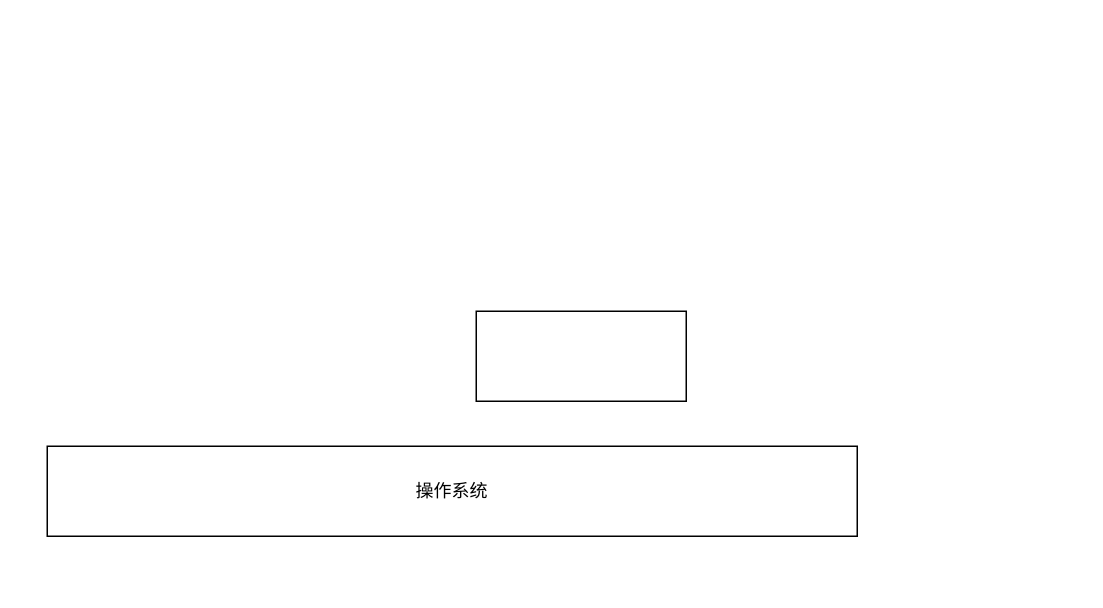
The draw.io diagram doc/architecture.drawio in phynos/qt-litesolar, before the edit. Source tidied: cells renumbered, new cells numbered last; positions are measured from the earlier drawing's top-left corner, leaving out a move shared by most shapes. Both pictures are drawn from the tidied source at 150%, with x=0, y=0 at pixel (46, 310).
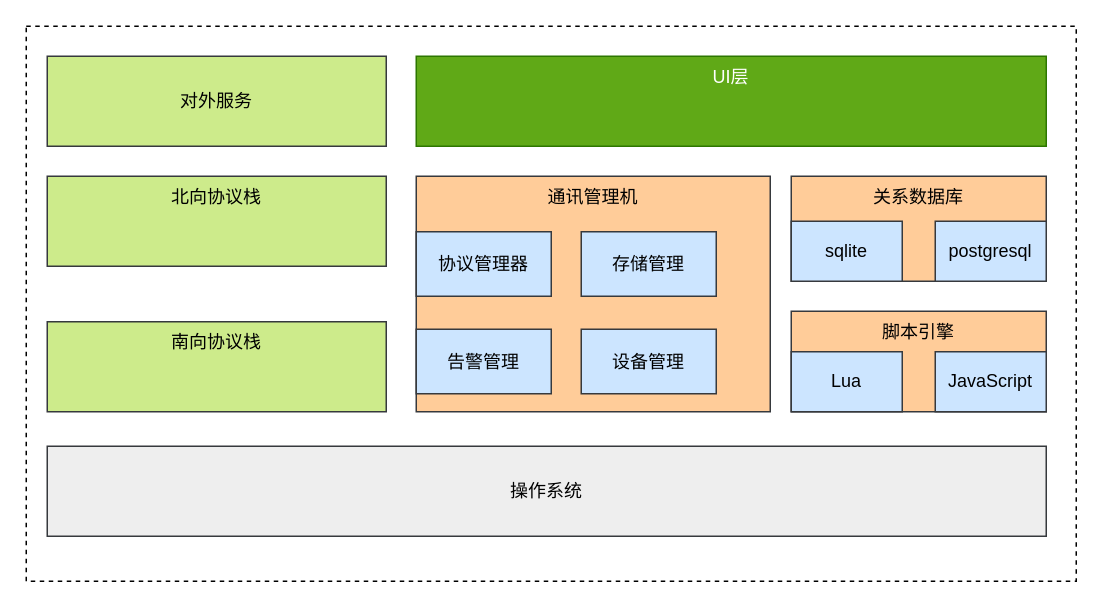
The same diagram, later.

Change to the diagram source:
```diff
@@
 <mxGraphModel>
   <root>
     <mxCell id="0" />
     <mxCell id="1" parent="0" />
+    <mxCell id="4" style="rounded=0;whiteSpace=wrap;html=1;dashed=1;" parent="1" vertex="1">
+      <mxGeometry x="-14" y="-190" width="700" height="370" as="geometry" />
+    </mxCell>
-    <mxCell id="2" value="操作系统" style="rounded=0;whiteSpace=wrap;html=1;" parent="1" vertex="1">
-      <mxGeometry y="90" width="540" height="60" as="geometry" />
+    <mxCell id="2" value="操作系统" style="rounded=0;whiteSpace=wrap;html=1;fillColor=#eeeeee;strokeColor=#36393d;" parent="1" vertex="1">
+      <mxGeometry y="90" width="666" height="60" as="geometry" />
     </mxCell>
-    <mxCell id="3" style="rounded=0;whiteSpace=wrap;html=1;" parent="1" vertex="1">
-      <mxGeometry x="286" width="140" height="60" as="geometry" />
+    <mxCell id="3" value="&lt;div&gt;&lt;span&gt;脚本引擎&lt;/span&gt;&lt;/div&gt;" style="rounded=0;whiteSpace=wrap;html=1;align=center;verticalAlign=top;fillColor=#ffcc99;strokeColor=#36393d;" parent="1" vertex="1">
+      <mxGeometry x="496" width="170" height="67" as="geometry" />
     </mxCell>
+    <mxCell id="5" value="南向协议栈" style="rounded=0;whiteSpace=wrap;html=1;horizontal=1;verticalAlign=top;fillColor=#cdeb8b;strokeColor=#36393d;" parent="1" vertex="1">
+      <mxGeometry y="7" width="226" height="60" as="geometry" />
+    </mxCell>
+    <mxCell id="6" value="北向协议栈" style="rounded=0;whiteSpace=wrap;html=1;horizontal=1;verticalAlign=top;fillColor=#cdeb8b;strokeColor=#36393d;" parent="1" vertex="1">
+      <mxGeometry y="-90" width="226" height="60" as="geometry" />
+    </mxCell>
+    <mxCell id="7" value="对外服务" style="rounded=0;whiteSpace=wrap;html=1;horizontal=1;fillColor=#cdeb8b;strokeColor=#36393d;" parent="1" vertex="1">
+      <mxGeometry y="-170" width="226" height="60" as="geometry" />
+    </mxCell>
+    <mxCell id="8" value="UI层" style="rounded=0;whiteSpace=wrap;html=1;horizontal=1;verticalAlign=top;fillColor=#60a917;fontColor=#ffffff;strokeColor=#2D7600;" parent="1" vertex="1">
+      <mxGeometry x="246" y="-170" width="420" height="60" as="geometry" />
+    </mxCell>
+    <mxCell id="9" value="&lt;div&gt;&lt;span&gt;关系数据库&lt;/span&gt;&lt;/div&gt;" style="rounded=0;whiteSpace=wrap;html=1;align=center;verticalAlign=top;fillColor=#ffcc99;strokeColor=#36393d;" parent="1" vertex="1">
+      <mxGeometry x="496" y="-90" width="170" height="70" as="geometry" />
+    </mxCell>
+    <mxCell id="10" value="通讯管理机" style="rounded=0;whiteSpace=wrap;html=1;verticalAlign=top;fillColor=#ffcc99;strokeColor=#36393d;" parent="1" vertex="1">
+      <mxGeometry x="246" y="-90" width="236" height="157" as="geometry" />
+    </mxCell>
+    <mxCell id="11" value="Lua" style="rounded=0;whiteSpace=wrap;html=1;fillColor=#cce5ff;strokeColor=#36393d;" parent="1" vertex="1">
+      <mxGeometry x="496" y="27" width="74" height="40" as="geometry" />
+    </mxCell>
+    <mxCell id="12" value="JavaScript" style="rounded=0;whiteSpace=wrap;html=1;fillColor=#cce5ff;strokeColor=#36393d;" parent="1" vertex="1">
+      <mxGeometry x="592" y="27" width="74" height="40" as="geometry" />
+    </mxCell>
+    <mxCell id="13" value="sqlite" style="rounded=0;whiteSpace=wrap;html=1;fillColor=#cce5ff;strokeColor=#36393d;" parent="1" vertex="1">
+      <mxGeometry x="496" y="-60" width="74" height="40" as="geometry" />
+    </mxCell>
+    <mxCell id="14" value="postgresql" style="rounded=0;whiteSpace=wrap;html=1;fillColor=#cce5ff;strokeColor=#36393d;" parent="1" vertex="1">
+      <mxGeometry x="592" y="-60" width="74" height="40" as="geometry" />
+    </mxCell>
+    <mxCell id="15" value="协议管理器" style="rounded=0;whiteSpace=wrap;html=1;fillColor=#cce5ff;strokeColor=#36393d;" parent="1" vertex="1">
+      <mxGeometry x="246" y="-53" width="90" height="43" as="geometry" />
+    </mxCell>
+    <mxCell id="16" value="存储管理" style="rounded=0;whiteSpace=wrap;html=1;fillColor=#cce5ff;strokeColor=#36393d;" parent="1" vertex="1">
+      <mxGeometry x="356" y="-53" width="90" height="43" as="geometry" />
+    </mxCell>
+    <mxCell id="17" value="告警管理" style="rounded=0;whiteSpace=wrap;html=1;fillColor=#cce5ff;strokeColor=#36393d;" parent="1" vertex="1">
+      <mxGeometry x="246" y="12" width="90" height="43" as="geometry" />
+    </mxCell>
+    <mxCell id="18" value="设备管理" style="rounded=0;whiteSpace=wrap;html=1;fillColor=#cce5ff;strokeColor=#36393d;" parent="1" vertex="1">
+      <mxGeometry x="356" y="12" width="90" height="43" as="geometry" />
+    </mxCell>
   </root>
 </mxGraphModel>
```
